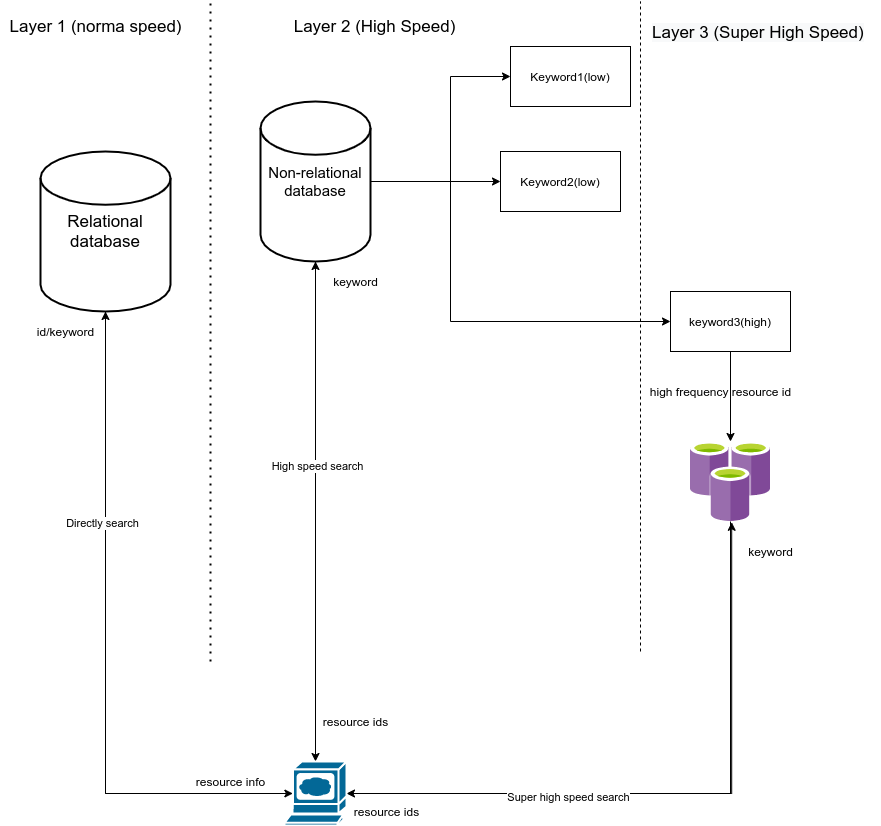
Above: assets/Concurrent search.png in devilyouwei/MU-thesis (draw.io), before the change. Source tidied: cells renumbered, new cells last; positions are measured from the earlier drawing's top-left corner, leaving out a move shared by most shapes.
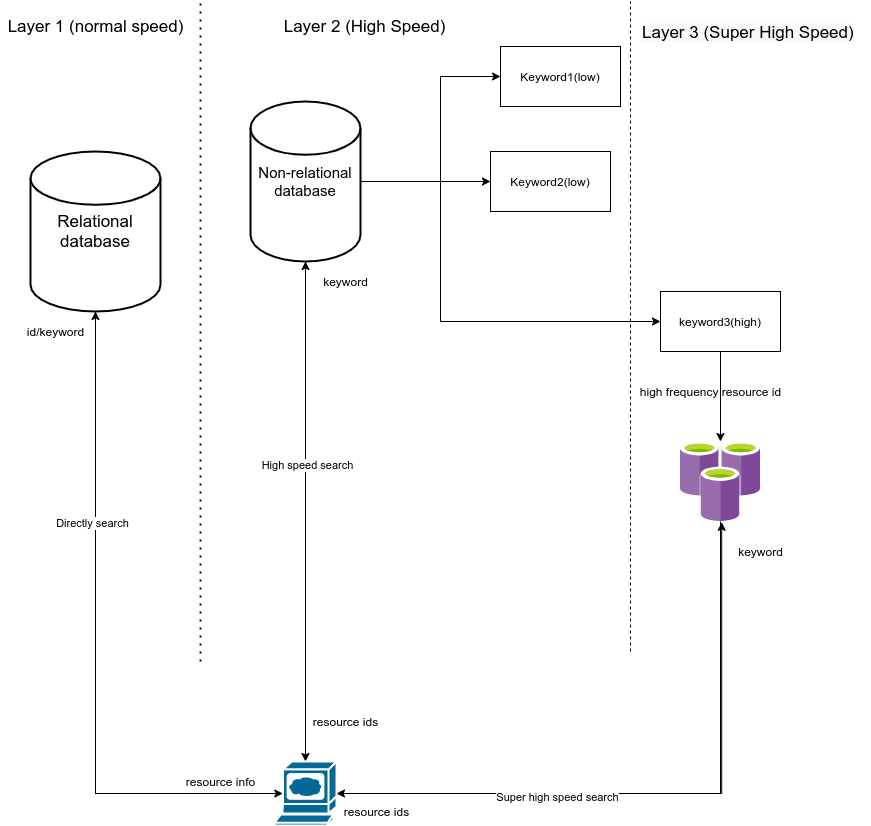
The same file after the commit.

The edit, as a diff of the source:
```diff
@@ -117,8 +117,8 @@
         <mxPoint x="210" as="targetPoint" />
       </mxGeometry>
     </mxCell>
-    <mxCell id="30" value="&lt;font style=&quot;font-size: 17px&quot;&gt;Layer 1 (norma speed)&lt;/font&gt;" style="text;html=1;align=center;verticalAlign=middle;" parent="1" vertex="1">
-      <mxGeometry y="15" width="190" height="20" as="geometry" />
+    <mxCell id="30" value="&lt;font style=&quot;font-size: 17px&quot;&gt;Layer 1 (normal speed)&lt;/font&gt;" style="text;html=1;align=center;verticalAlign=middle;" parent="1" vertex="1">
+      <mxGeometry x="10" y="15" width="190" height="20" as="geometry" />
     </mxCell>
     <mxCell id="31" value="&lt;font style=&quot;font-size: 17px&quot;&gt;Layer 2 (High Speed)&lt;/font&gt;" style="text;html=1;align=center;verticalAlign=middle;" parent="1" vertex="1">
       <mxGeometry x="284" y="15" width="180" height="20" as="geometry" />
```
